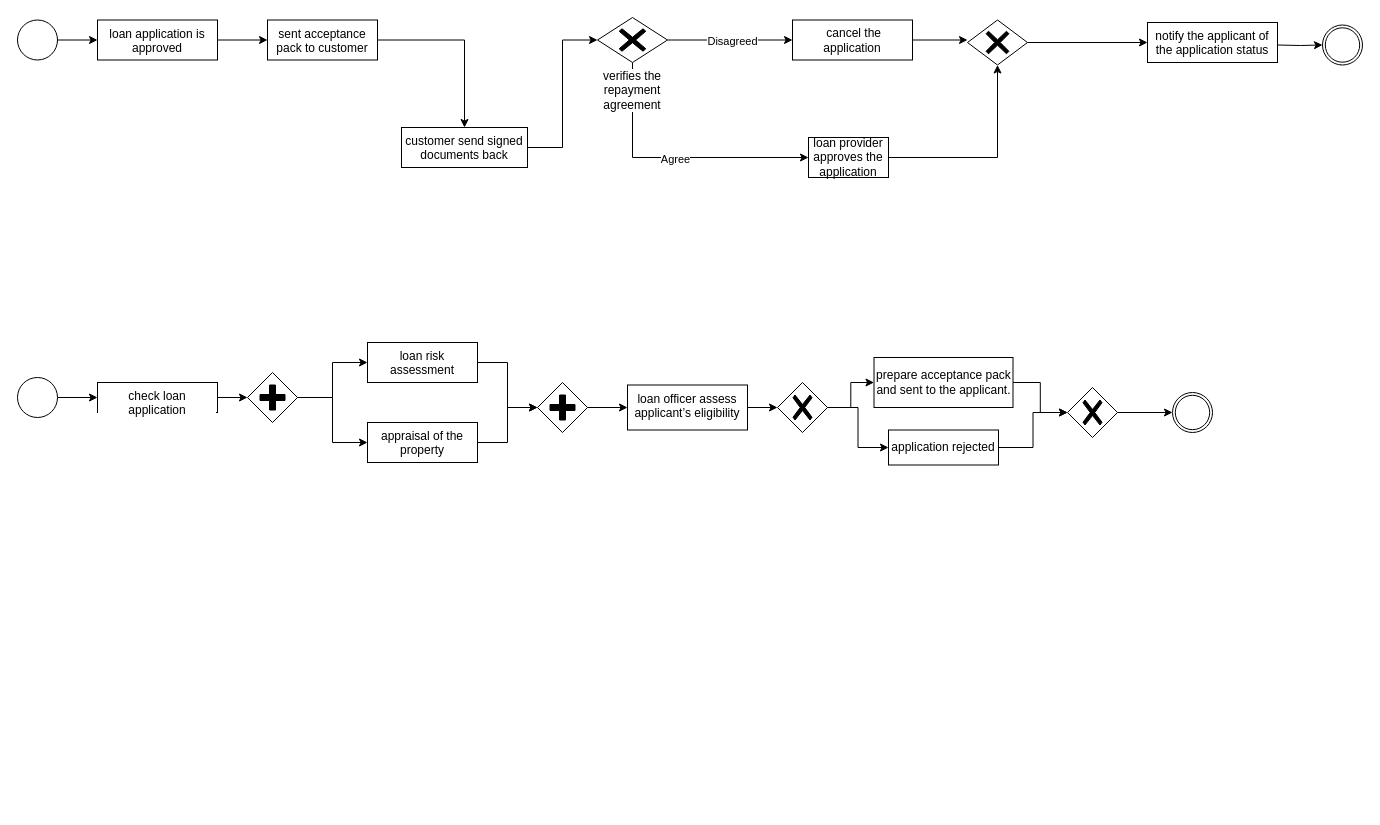
Earlier version of the draw.io diagram 3.2.drawio (20104796/Enterprise-Architecture). Source tidied: cells renumbered, new cells numbered last; positions are measured from the earlier drawing's top-left corner, leaving out a move shared by most shapes. Both pictures are drawn from the tidied source at 100%, with x=0, y=0 at pixel (17, 17).
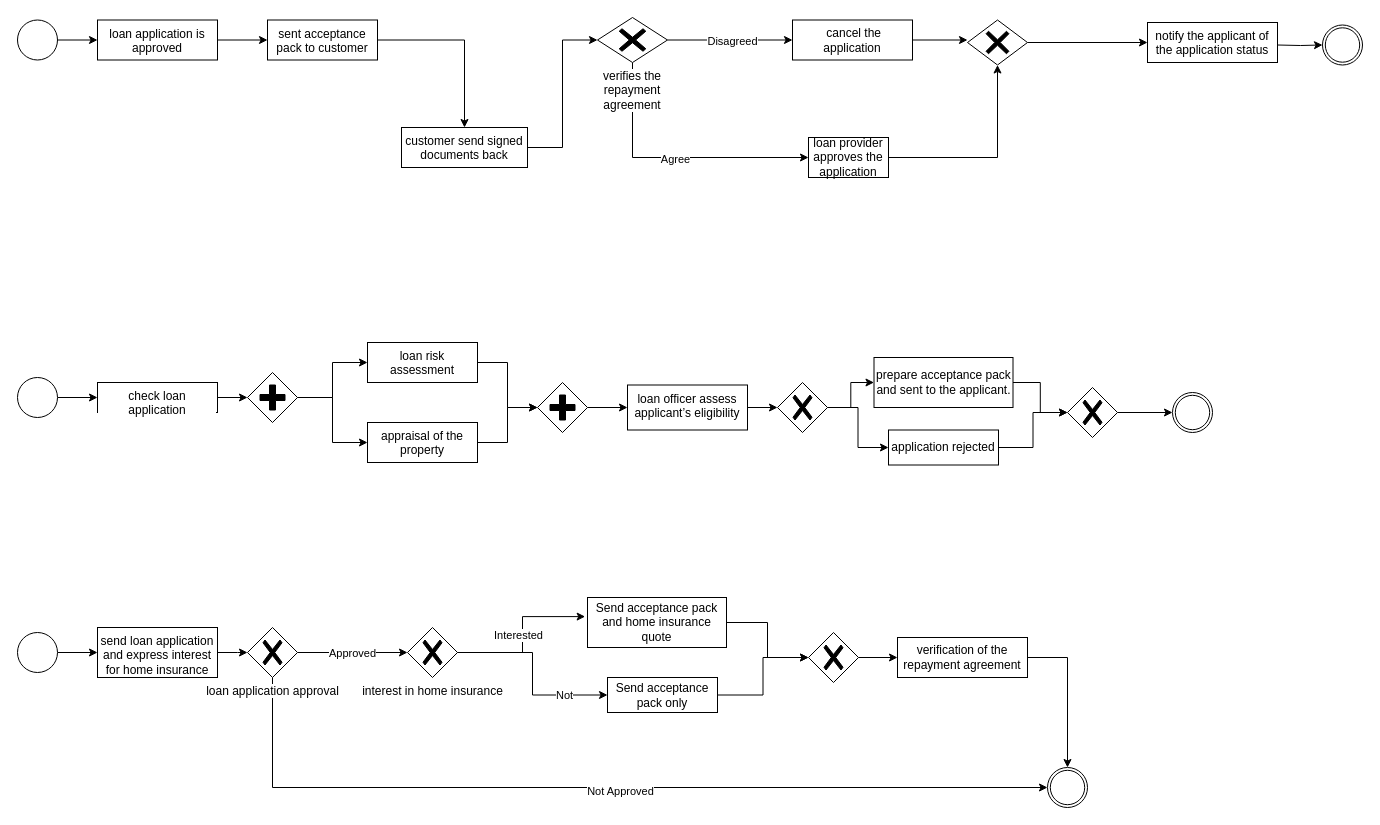
The same diagram, later.

Change to the diagram source:
```diff
@@
+    <mxCell id="49" style="edgeStyle=orthogonalEdgeStyle;rounded=0;jettySize=auto;html=1;" parent="1" edge="1" source="50" target="51">
+      <mxGeometry relative="1" as="geometry" />
+    </mxCell>
+    <mxCell id="50" style="points=[[0.145,0.145,0],[0.5,0,0],[0.855,0.145,0],[1,0.5,0],[0.855,0.855,0],[0.5,1,0],[0.145,0.855,0],[0,0.5,0]];shape=mxgraph.bpmn.event;html=1;verticalLabelPosition=bottom;labelBackgroundColor=#ffffff;verticalAlign=top;align=center;perimeter=ellipsePerimeter;outlineConnect=0;outline=standard;symbol=general;" parent="1" vertex="1">
+      <mxGeometry y="615" width="40" height="40" as="geometry" />
+    </mxCell>
+    <mxCell id="51" value="send loan application and express interest for home insurance" style="whiteSpace=wrap;html=1;verticalAlign=top;labelBackgroundColor=#ffffff;" parent="1" vertex="1">
+      <mxGeometry x="80" y="610" width="120" height="50" as="geometry" />
+    </mxCell>
+    <mxCell id="52" style="edgeStyle=orthogonalEdgeStyle;rounded=0;jettySize=auto;html=1;entryX=0;entryY=0.5;entryDx=0;entryDy=0;entryPerimeter=0;" parent="1" edge="1" source="51">
+      <mxGeometry relative="1" as="geometry">
+        <mxPoint x="230" y="635" as="targetPoint" />
+      </mxGeometry>
+    </mxCell>
+    <mxCell id="53" value="Send acceptance pack and home insurance quote" style="rounded=0;whiteSpace=wrap;html=1;" parent="1" vertex="1">
+      <mxGeometry x="570" y="580" width="139" height="50" as="geometry" />
+    </mxCell>
+    <mxCell id="54" value="Send acceptance pack only" style="rounded=0;whiteSpace=wrap;html=1;" parent="1" vertex="1">
+      <mxGeometry x="590" y="660" width="110" height="35" as="geometry" />
+    </mxCell>
+    <mxCell id="55" style="points=[[0.145,0.145,0],[0.5,0,0],[0.855,0.145,0],[1,0.5,0],[0.855,0.855,0],[0.5,1,0],[0.145,0.855,0],[0,0.5,0]];shape=mxgraph.bpmn.event;html=1;verticalLabelPosition=bottom;labelBackgroundColor=#ffffff;verticalAlign=top;align=center;perimeter=ellipsePerimeter;outlineConnect=0;outline=throwing;symbol=general;" parent="1" vertex="1">
+      <mxGeometry x="1030" y="750" width="40" height="40" as="geometry" />
+    </mxCell>
+    <mxCell id="56" style="edgeStyle=orthogonalEdgeStyle;rounded=0;jettySize=auto;html=1;entryX=0;entryY=0.5;entryDx=0;entryDy=0;" parent="1" edge="1" source="58" target="54">
+      <mxGeometry relative="1" as="geometry" />
+    </mxCell>
+    <mxCell id="57" value="Not" style="edgeLabel;html=1;align=center;verticalAlign=middle;" parent="56" vertex="1">
+      <mxGeometry x="0.55" relative="1" as="geometry" />
+    </mxCell>
+    <mxCell id="58" value="interest in home insurance" style="points=[[0.25,0.25,0],[0.5,0,0],[0.75,0.25,0],[1,0.5,0],[0.75,0.75,0],[0.5,1,0],[0.25,0.75,0],[0,0.5,0]];shape=mxgraph.bpmn.gateway2;html=1;verticalLabelPosition=bottom;labelBackgroundColor=#ffffff;verticalAlign=top;align=center;perimeter=rhombusPerimeter;outlineConnect=0;outline=none;symbol=none;gwType=exclusive;" parent="1" vertex="1">
+      <mxGeometry x="390" y="610" width="50" height="50" as="geometry" />
+    </mxCell>
+    <mxCell id="59" style="edgeStyle=orthogonalEdgeStyle;rounded=0;jettySize=auto;html=1;entryX=0;entryY=0.5;entryDx=0;entryDy=0;entryPerimeter=0;" parent="1" edge="1" source="63" target="55">
+      <mxGeometry relative="1" as="geometry">
+        <Array as="points">
+          <mxPoint x="255" y="770" />
+        </Array>
+      </mxGeometry>
+    </mxCell>
+    <mxCell id="60" value="Not Approved" style="edgeLabel;html=1;align=center;verticalAlign=middle;" parent="59" vertex="1">
+      <mxGeometry x="0.03" y="-3" relative="1" as="geometry">
+        <mxPoint x="1" as="offset" />
+      </mxGeometry>
+    </mxCell>
+    <mxCell id="61" style="edgeStyle=orthogonalEdgeStyle;rounded=0;jettySize=auto;html=1;entryX=0;entryY=0.5;entryDx=0;entryDy=0;entryPerimeter=0;" parent="1" edge="1" source="63" target="58">
+      <mxGeometry relative="1" as="geometry" />
+    </mxCell>
+    <mxCell id="62" value="Approved" style="edgeLabel;html=1;align=center;verticalAlign=middle;" parent="61" vertex="1">
+      <mxGeometry x="-0.06" relative="1" as="geometry">
+        <mxPoint x="2" as="offset" />
+      </mxGeometry>
+    </mxCell>
+    <mxCell id="63" value=" loan application approval" style="points=[[0.25,0.25,0],[0.5,0,0],[0.75,0.25,0],[1,0.5,0],[0.75,0.75,0],[0.5,1,0],[0.25,0.75,0],[0,0.5,0]];shape=mxgraph.bpmn.gateway2;html=1;verticalLabelPosition=bottom;labelBackgroundColor=#ffffff;verticalAlign=top;align=center;perimeter=rhombusPerimeter;outlineConnect=0;outline=none;symbol=none;gwType=exclusive;" parent="1" vertex="1">
+      <mxGeometry x="230" y="610" width="50" height="50" as="geometry" />
+    </mxCell>
+    <mxCell id="64" style="edgeStyle=orthogonalEdgeStyle;rounded=0;jettySize=auto;html=1;entryX=-0.017;entryY=0.382;entryDx=0;entryDy=0;entryPerimeter=0;" parent="1" edge="1" source="58" target="53">
+      <mxGeometry relative="1" as="geometry" />
+    </mxCell>
+    <mxCell id="65" value="Interested" style="edgeLabel;html=1;align=center;verticalAlign=middle;" parent="64" vertex="1">
+      <mxGeometry x="0.02" y="5" relative="1" as="geometry" />
+    </mxCell>
+    <mxCell id="66" style="edgeStyle=orthogonalEdgeStyle;rounded=0;jettySize=auto;html=1;entryX=0;entryY=0.5;entryDx=0;entryDy=0;" parent="1" edge="1" source="67" target="71">
+      <mxGeometry relative="1" as="geometry" />
+    </mxCell>
+    <mxCell id="67" style="points=[[0.25,0.25,0],[0.5,0,0],[0.75,0.25,0],[1,0.5,0],[0.75,0.75,0],[0.5,1,0],[0.25,0.75,0],[0,0.5,0]];shape=mxgraph.bpmn.gateway2;html=1;verticalLabelPosition=bottom;labelBackgroundColor=#ffffff;verticalAlign=top;align=center;perimeter=rhombusPerimeter;outlineConnect=0;outline=none;symbol=none;gwType=exclusive;" parent="1" vertex="1">
+      <mxGeometry x="791" y="615" width="50" height="50" as="geometry" />
+    </mxCell>
+    <mxCell id="68" style="edgeStyle=orthogonalEdgeStyle;rounded=0;jettySize=auto;html=1;entryX=0;entryY=0.5;entryDx=0;entryDy=0;entryPerimeter=0;" parent="1" edge="1" source="53" target="67">
+      <mxGeometry relative="1" as="geometry" />
+    </mxCell>
+    <mxCell id="69" style="edgeStyle=orthogonalEdgeStyle;rounded=0;jettySize=auto;html=1;entryX=0;entryY=0.5;entryDx=0;entryDy=0;entryPerimeter=0;" parent="1" edge="1" source="54" target="67">
+      <mxGeometry relative="1" as="geometry" />
+    </mxCell>
+    <mxCell id="70" style="edgeStyle=orthogonalEdgeStyle;rounded=0;jettySize=auto;html=1;" parent="1" edge="1" source="71" target="55">
+      <mxGeometry relative="1" as="geometry" />
+    </mxCell>
+    <mxCell id="71" value="verification of the repayment agreement" style="rounded=0;whiteSpace=wrap;html=1;" parent="1" vertex="1">
+      <mxGeometry x="880" y="620" width="130" height="40" as="geometry" />
+    </mxCell>
```
